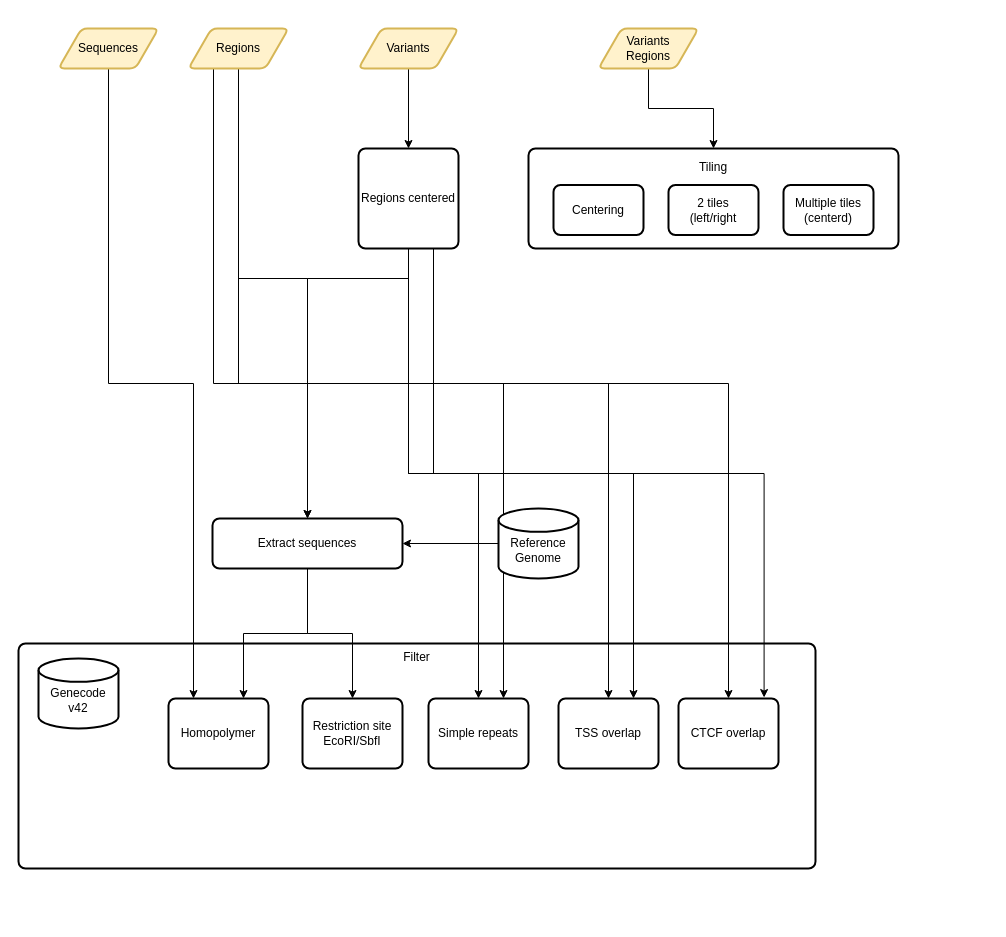
The draw.io diagram MPRAOligoDesign.drawio in kircherlab/MPRAOligoDesign, before the edit. Source tidied: cells renumbered, new cells numbered last; positions are measured from the earlier drawing's top-left corner, leaving out a move shared by most shapes. Both pictures are drawn from the tidied source at 100%, with x=0, y=0 at pixel (18, 28).
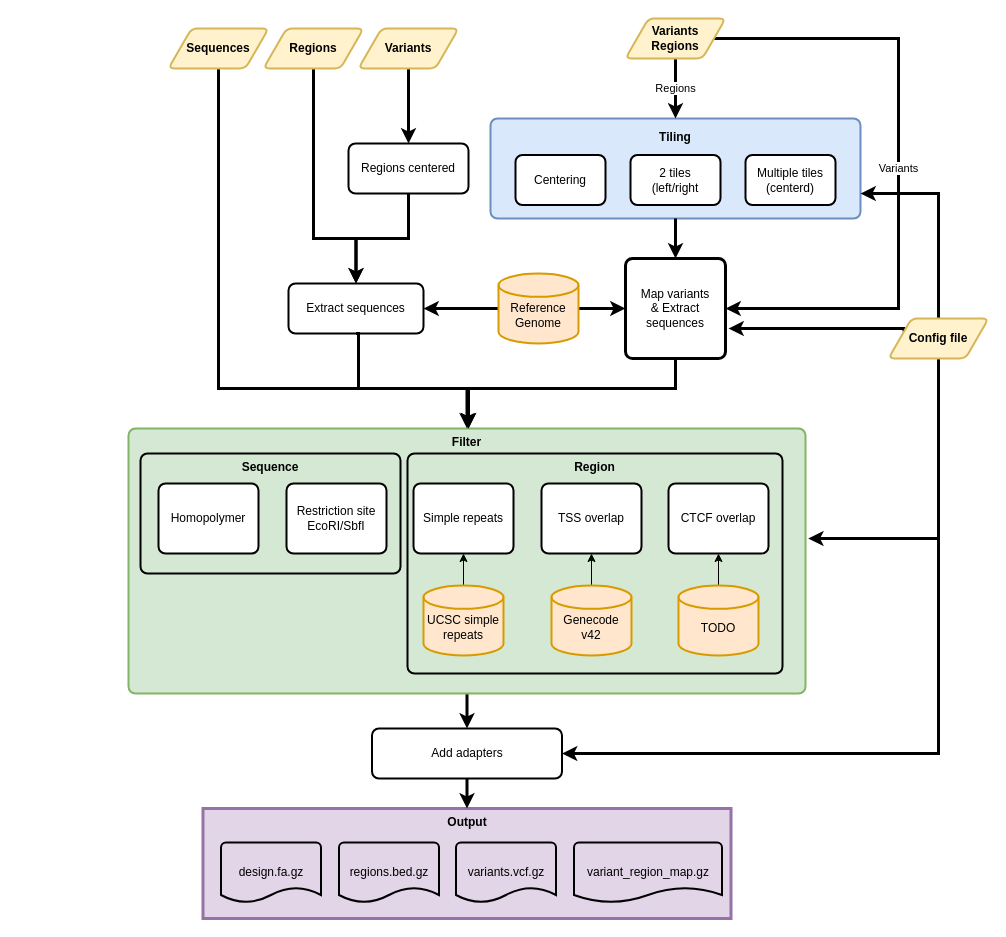
The same diagram, later.

What changed in the source:
```diff
@@
+    <mxCell id="22" value="&lt;p style=&quot;line-height: 0%;&quot;&gt;Tiling&lt;/p&gt;" style="rounded=1;whiteSpace=wrap;html=1;absoluteArcSize=1;arcSize=14;strokeWidth=2;glass=0;fillColor=#dae8fc;horizontal=1;verticalAlign=top;strokeColor=#6c8ebf;fontStyle=1;" parent="1" vertex="1">
+      <mxGeometry x="472" y="90" width="370" height="100" as="geometry" />
+    </mxCell>
+    <mxCell id="36" style="edgeStyle=orthogonalEdgeStyle;rounded=0;jumpSize=6;jettySize=auto;html=1;shadow=0;strokeWidth=3;" parent="1" edge="1" source="2" target="63">
+      <mxGeometry relative="1" as="geometry" />
+    </mxCell>
-    <mxCell id="2" value="Filter" style="rounded=1;whiteSpace=wrap;html=1;absoluteArcSize=1;arcSize=14;strokeWidth=2;glass=0;fillColor=none;verticalAlign=top;" parent="1" vertex="1">
-      <mxGeometry y="615" width="797" height="225" as="geometry" />
+    <mxCell id="2" value="Filter" style="rounded=1;whiteSpace=wrap;html=1;absoluteArcSize=1;arcSize=14;strokeWidth=2;glass=0;fillColor=#d5e8d4;verticalAlign=top;strokeColor=#82b366;fontStyle=1;" parent="1" vertex="1">
+      <mxGeometry x="110" y="400" width="677" height="265" as="geometry" />
     </mxCell>
-    <mxCell id="3" style="edgeStyle=orthogonalEdgeStyle;rounded=0;jettySize=auto;html=1;exitX=0.5;exitY=1;exitDx=0;exitDy=0;entryX=0.25;entryY=0;entryDx=0;entryDy=0;" parent="1" edge="1" source="4" target="32">
-      <mxGeometry relative="1" as="geometry" />
-    </mxCell>
+    <mxCell id="37" value="Sequence" style="rounded=1;whiteSpace=wrap;html=1;absoluteArcSize=1;arcSize=14;strokeWidth=2;fillColor=none;verticalAlign=top;fontStyle=1;" parent="1" vertex="1">
+      <mxGeometry x="122" y="425" width="260" height="120" as="geometry" />
+    </mxCell>
+    <mxCell id="38" value="Region" style="rounded=1;whiteSpace=wrap;html=1;absoluteArcSize=1;arcSize=14;strokeWidth=2;fillColor=none;verticalAlign=top;fontStyle=1;" parent="1" vertex="1">
+      <mxGeometry x="389" y="425" width="375" height="220" as="geometry" />
+    </mxCell>
+    <mxCell id="39" style="edgeStyle=orthogonalEdgeStyle;rounded=0;jumpSize=6;jettySize=auto;html=1;exitX=0.5;exitY=1;exitDx=0;exitDy=0;entryX=0.5;entryY=0;entryDx=0;entryDy=0;shadow=0;strokeWidth=3;" parent="1" edge="1" source="4" target="2">
+      <mxGeometry relative="1" as="geometry">
+        <Array as="points">
+          <mxPoint x="200" y="360" />
+          <mxPoint x="449" y="360" />
+        </Array>
+      </mxGeometry>
+    </mxCell>
-    <mxCell id="4" value="Sequences" style="shape=parallelogram;html=1;strokeWidth=2;perimeter=parallelogramPerimeter;whiteSpace=wrap;rounded=1;arcSize=12;size=0.23;fillColor=#fff2cc;strokeColor=#d6b656;" parent="1" vertex="1">
-      <mxGeometry x="40" width="100" height="40" as="geometry" />
+    <mxCell id="4" value="Sequences" style="shape=parallelogram;html=1;strokeWidth=2;perimeter=parallelogramPerimeter;whiteSpace=wrap;rounded=1;arcSize=12;size=0.23;fillColor=#fff2cc;strokeColor=#d6b656;fontStyle=1;" parent="1" vertex="1">
+      <mxGeometry x="150" width="100" height="40" as="geometry" />
     </mxCell>
-    <mxCell id="5" style="edgeStyle=orthogonalEdgeStyle;rounded=0;jettySize=auto;html=1;exitX=0.5;exitY=1;exitDx=0;exitDy=0;entryX=0.5;entryY=0;entryDx=0;entryDy=0;" parent="1" edge="1" source="9" target="30">
+    <mxCell id="5" style="edgeStyle=orthogonalEdgeStyle;rounded=0;jumpSize=6;jettySize=auto;html=1;exitX=0.5;exitY=1;exitDx=0;exitDy=0;entryX=0.5;entryY=0;entryDx=0;entryDy=0;shadow=0;strokeWidth=3;" parent="1" edge="1" source="9" target="30">
       <mxGeometry relative="1" as="geometry">
         <Array as="points">
-          <mxPoint x="220" y="250" />
-          <mxPoint x="289" y="250" />
+          <mxPoint x="295" y="210" />
+          <mxPoint x="338" y="210" />
         </Array>
       </mxGeometry>
     </mxCell>
-    <mxCell id="6" style="edgeStyle=orthogonalEdgeStyle;rounded=0;jettySize=auto;html=1;exitX=0.5;exitY=1;exitDx=0;exitDy=0;entryX=0.75;entryY=0;entryDx=0;entryDy=0;" parent="1" edge="1" source="9" target="34">
-      <mxGeometry relative="1" as="geometry" />
-    </mxCell>
-    <mxCell id="7" style="edgeStyle=orthogonalEdgeStyle;rounded=0;jettySize=auto;html=1;exitX=0.5;exitY=1;exitDx=0;exitDy=0;entryX=0.5;entryY=0;entryDx=0;entryDy=0;" parent="1" edge="1" source="9" target="35">
-      <mxGeometry relative="1" as="geometry" />
-    </mxCell>
-    <mxCell id="8" style="edgeStyle=orthogonalEdgeStyle;rounded=0;jettySize=auto;html=1;exitX=0.25;exitY=1;exitDx=0;exitDy=0;entryX=0.5;entryY=0;entryDx=0;entryDy=0;" parent="1" edge="1" source="9" target="31">
-      <mxGeometry relative="1" as="geometry" />
-    </mxCell>
-    <mxCell id="9" value="Regions" style="shape=parallelogram;html=1;strokeWidth=2;perimeter=parallelogramPerimeter;whiteSpace=wrap;rounded=1;arcSize=12;size=0.23;fillColor=#fff2cc;strokeColor=#d6b656;" parent="1" vertex="1">
-      <mxGeometry x="170" width="100" height="40" as="geometry" />
+    <mxCell id="9" value="Regions" style="shape=parallelogram;html=1;strokeWidth=2;perimeter=parallelogramPerimeter;whiteSpace=wrap;rounded=1;arcSize=12;size=0.23;fillColor=#fff2cc;strokeColor=#d6b656;fontStyle=1;" parent="1" vertex="1">
+      <mxGeometry x="245" width="100" height="40" as="geometry" />
     </mxCell>
-    <mxCell id="10" style="edgeStyle=orthogonalEdgeStyle;rounded=0;jettySize=auto;html=1;entryX=0.5;entryY=0;entryDx=0;entryDy=0;" parent="1" edge="1" source="11" target="27">
+    <mxCell id="10" style="edgeStyle=orthogonalEdgeStyle;rounded=0;jettySize=auto;html=1;entryX=0.5;entryY=0;entryDx=0;entryDy=0;strokeWidth=3;" parent="1" edge="1" source="11" target="27">
       <mxGeometry relative="1" as="geometry" />
     </mxCell>
-    <mxCell id="11" value="Variants" style="shape=parallelogram;html=1;strokeWidth=2;perimeter=parallelogramPerimeter;whiteSpace=wrap;rounded=1;arcSize=12;size=0.23;fillColor=#fff2cc;strokeColor=#d6b656;" parent="1" vertex="1">
+    <mxCell id="11" value="Variants" style="shape=parallelogram;html=1;strokeWidth=2;perimeter=parallelogramPerimeter;whiteSpace=wrap;rounded=1;arcSize=12;size=0.23;fillColor=#fff2cc;strokeColor=#d6b656;fontStyle=1;" parent="1" vertex="1">
       <mxGeometry x="340" width="100" height="40" as="geometry" />
     </mxCell>
-    <mxCell id="12" style="edgeStyle=orthogonalEdgeStyle;rounded=0;jettySize=auto;html=1;exitX=0.5;exitY=1;exitDx=0;exitDy=0;entryX=0.5;entryY=0;entryDx=0;entryDy=0;" parent="1" edge="1" source="13" target="22">
+    <mxCell id="12" value="Regions" style="edgeStyle=orthogonalEdgeStyle;rounded=0;jettySize=auto;html=1;exitX=0.5;exitY=1;exitDx=0;exitDy=0;entryX=0.5;entryY=0;entryDx=0;entryDy=0;strokeWidth=3;" parent="1" edge="1" source="13" target="22">
       <mxGeometry relative="1" as="geometry" />
     </mxCell>
+    <mxCell id="40" value="Variants" style="edgeStyle=orthogonalEdgeStyle;rounded=0;jettySize=auto;html=1;exitX=1;exitY=0.5;exitDx=0;exitDy=0;entryX=1;entryY=0.5;entryDx=0;entryDy=0;shadow=0;jumpSize=6;strokeWidth=3;" parent="1" edge="1" source="13" target="49">
+      <mxGeometry relative="1" as="geometry">
+        <Array as="points">
+          <mxPoint x="880" y="10" />
+          <mxPoint x="880" y="280" />
+        </Array>
+      </mxGeometry>
+    </mxCell>
-    <mxCell id="13" value="Variants&lt;br&gt;Regions" style="shape=parallelogram;html=1;strokeWidth=2;perimeter=parallelogramPerimeter;whiteSpace=wrap;rounded=1;arcSize=12;size=0.23;fillColor=#fff2cc;strokeColor=#d6b656;" parent="1" vertex="1">
-      <mxGeometry x="580" width="100" height="40" as="geometry" />
+    <mxCell id="13" value="Variants&lt;br&gt;Regions" style="shape=parallelogram;html=1;strokeWidth=2;perimeter=parallelogramPerimeter;whiteSpace=wrap;rounded=1;arcSize=12;size=0.23;fillColor=#fff2cc;strokeColor=#d6b656;fontStyle=1;" parent="1" vertex="1">
+      <mxGeometry x="607" y="-10" width="100" height="40" as="geometry" />
     </mxCell>
+    <mxCell id="41" style="edgeStyle=orthogonalEdgeStyle;rounded=0;jumpSize=6;jettySize=auto;html=1;shadow=0;strokeWidth=3;" parent="1" edge="1" source="15" target="49">
+      <mxGeometry relative="1" as="geometry" />
+    </mxCell>
-    <mxCell id="14" style="edgeStyle=orthogonalEdgeStyle;rounded=0;jettySize=auto;html=1;exitX=0;exitY=0.5;exitDx=0;exitDy=0;exitPerimeter=0;" parent="1" edge="1" source="15" target="30">
+    <mxCell id="14" style="edgeStyle=orthogonalEdgeStyle;rounded=0;jumpSize=6;jettySize=auto;html=1;shadow=0;strokeWidth=3;" parent="1" edge="1" source="15" target="30">
       <mxGeometry relative="1" as="geometry" />
     </mxCell>
-    <mxCell id="15" value="&lt;div&gt;&lt;br&gt;&lt;/div&gt;&lt;div&gt;Reference Genome&lt;/div&gt;" style="strokeWidth=2;html=1;shape=mxgraph.flowchart.database;whiteSpace=wrap;" parent="1" vertex="1">
-      <mxGeometry x="480" y="480" width="80" height="70" as="geometry" />
+    <mxCell id="15" value="&lt;div&gt;&lt;br&gt;&lt;/div&gt;&lt;div&gt;Reference Genome&lt;/div&gt;" style="strokeWidth=2;html=1;shape=mxgraph.flowchart.database;whiteSpace=wrap;fillColor=#ffe6cc;strokeColor=#d79b00;" parent="1" vertex="1">
+      <mxGeometry x="480" y="245" width="80" height="70" as="geometry" />
     </mxCell>
+    <mxCell id="42" style="edgeStyle=orthogonalEdgeStyle;rounded=0;jettySize=auto;html=1;" parent="1" edge="1" source="16" target="35">
+      <mxGeometry relative="1" as="geometry" />
+    </mxCell>
-    <mxCell id="16" value="&lt;br&gt;&lt;div&gt;Genecode&lt;/div&gt;v42" style="strokeWidth=2;html=1;shape=mxgraph.flowchart.database;whiteSpace=wrap;" parent="1" vertex="1">
-      <mxGeometry x="20" y="630" width="80" height="70" as="geometry" />
+    <mxCell id="16" value="&lt;br&gt;&lt;div&gt;Genecode&lt;/div&gt;v42" style="strokeWidth=2;html=1;shape=mxgraph.flowchart.database;whiteSpace=wrap;fillColor=#ffe6cc;strokeColor=#d79b00;" parent="1" vertex="1">
+      <mxGeometry x="533" y="557" width="80" height="70" as="geometry" />
     </mxCell>
-    <mxCell id="17" style="group;" parent="1" vertex="1">
-      <mxGeometry x="510" y="120" width="375" height="111.5" as="geometry" />
-    </mxCell>
-    <mxCell id="18" style="group;fillColor=none;rounded=0;glass=0;" parent="17" vertex="1">
-      <mxGeometry x="25" y="36.5" width="350" height="75" as="geometry" />
-    </mxCell>
-    <mxCell id="19" value="&lt;div align=&quot;center&quot;&gt;Centering&lt;/div&gt;" style="rounded=1;whiteSpace=wrap;html=1;absoluteArcSize=1;arcSize=14;strokeWidth=2;align=center;" parent="18" vertex="1">
-      <mxGeometry width="90" height="50" as="geometry" />
-    </mxCell>
-    <mxCell id="20" value="&lt;div&gt;2 tiles&lt;/div&gt;&lt;div&gt;(left/right&lt;br&gt;&lt;/div&gt;" style="rounded=1;whiteSpace=wrap;html=1;absoluteArcSize=1;arcSize=14;strokeWidth=2;align=center;" parent="18" vertex="1">
-      <mxGeometry x="115" width="90" height="50" as="geometry" />
-    </mxCell>
-    <mxCell id="21" value="Multiple tiles&lt;br&gt;(centerd)" style="rounded=1;whiteSpace=wrap;html=1;absoluteArcSize=1;arcSize=14;strokeWidth=2;align=center;" parent="18" vertex="1">
-      <mxGeometry x="230" width="90" height="50" as="geometry" />
-    </mxCell>
-    <mxCell id="22" value="&lt;p style=&quot;line-height: 0%;&quot;&gt;Tiling&lt;/p&gt;" style="rounded=1;whiteSpace=wrap;html=1;absoluteArcSize=1;arcSize=14;strokeWidth=2;glass=0;fillColor=none;horizontal=1;verticalAlign=top;" parent="17" vertex="1">
-      <mxGeometry width="370" height="100" as="geometry" />
-    </mxCell>
-    <mxCell id="23" style="edgeStyle=orthogonalEdgeStyle;rounded=0;jettySize=auto;html=1;exitX=0.5;exitY=1;exitDx=0;exitDy=0;entryX=0.5;entryY=0;entryDx=0;entryDy=0;" parent="1" edge="1" source="27" target="30">
+    <mxCell id="23" style="edgeStyle=orthogonalEdgeStyle;rounded=0;jumpSize=6;jettySize=auto;html=1;shadow=0;strokeWidth=3;entryX=0.5;entryY=0;entryDx=0;entryDy=0;exitX=0.5;exitY=1;exitDx=0;exitDy=0;" parent="1" edge="1" source="27" target="30">
       <mxGeometry relative="1" as="geometry">
         <Array as="points">
-          <mxPoint x="390" y="250" />
-          <mxPoint x="289" y="250" />
+          <mxPoint x="390" y="210" />
+          <mxPoint x="338" y="210" />
         </Array>
       </mxGeometry>
     </mxCell>
-    <mxCell id="24" style="edgeStyle=orthogonalEdgeStyle;rounded=0;jettySize=auto;html=1;exitX=0.5;exitY=1;exitDx=0;exitDy=0;entryX=0.5;entryY=0;entryDx=0;entryDy=0;" parent="1" edge="1" source="27" target="34">
-      <mxGeometry relative="1" as="geometry" />
-    </mxCell>
-    <mxCell id="25" style="edgeStyle=orthogonalEdgeStyle;rounded=0;jettySize=auto;html=1;exitX=0.5;exitY=1;exitDx=0;exitDy=0;entryX=0.75;entryY=0;entryDx=0;entryDy=0;" parent="1" edge="1" source="27" target="35">
-      <mxGeometry relative="1" as="geometry" />
-    </mxCell>
-    <mxCell id="26" style="edgeStyle=orthogonalEdgeStyle;rounded=0;jettySize=auto;html=1;exitX=0.75;exitY=1;exitDx=0;exitDy=0;entryX=0.856;entryY=-0.014;entryDx=0;entryDy=0;entryPerimeter=0;" parent="1" edge="1" source="27" target="31">
-      <mxGeometry relative="1" as="geometry" />
-    </mxCell>
     <mxCell id="27" value="Regions centered" style="rounded=1;whiteSpace=wrap;html=1;absoluteArcSize=1;arcSize=14;strokeWidth=2;glass=0;fillColor=none;" parent="1" vertex="1">
-      <mxGeometry x="340" y="120" width="100" height="100" as="geometry" />
+      <mxGeometry x="330" y="115" width="120" height="50" as="geometry" />
     </mxCell>
-    <mxCell id="28" style="edgeStyle=orthogonalEdgeStyle;rounded=0;jettySize=auto;html=1;exitX=0.5;exitY=1;exitDx=0;exitDy=0;entryX=0.75;entryY=0;entryDx=0;entryDy=0;" parent="1" edge="1" source="30" target="32">
-      <mxGeometry relative="1" as="geometry" />
-    </mxCell>
-    <mxCell id="29" style="edgeStyle=orthogonalEdgeStyle;rounded=0;jettySize=auto;html=1;exitX=0.5;exitY=1;exitDx=0;exitDy=0;entryX=0.5;entryY=0;entryDx=0;entryDy=0;" parent="1" edge="1" source="30" target="33">
-      <mxGeometry relative="1" as="geometry" />
-    </mxCell>
+    <mxCell id="43" style="edgeStyle=orthogonalEdgeStyle;rounded=0;jumpSize=6;jettySize=auto;html=1;exitX=0.5;exitY=1;exitDx=0;exitDy=0;shadow=0;strokeWidth=3;" parent="1" edge="1" source="30">
+      <mxGeometry relative="1" as="geometry">
+        <mxPoint x="450" y="400" as="targetPoint" />
+        <Array as="points">
+          <mxPoint x="340" y="360" />
+          <mxPoint x="450" y="360" />
+        </Array>
+      </mxGeometry>
+    </mxCell>
     <mxCell id="30" value="Extract sequences" style="rounded=1;whiteSpace=wrap;html=1;absoluteArcSize=1;arcSize=14;strokeWidth=2;glass=0;fillColor=none;" parent="1" vertex="1">
-      <mxGeometry x="194" y="490" width="190" height="50" as="geometry" />
+      <mxGeometry x="270" y="255" width="135" height="50" as="geometry" />
     </mxCell>
-    <mxCell id="31" value="CTCF overlap" style="rounded=1;whiteSpace=wrap;html=1;absoluteArcSize=1;arcSize=14;strokeWidth=2;glass=0;fillColor=none;" parent="1" vertex="1">
-      <mxGeometry x="660" y="670" width="100" height="70" as="geometry" />
+    <mxCell id="31" value="CTCF overlap" style="rounded=1;whiteSpace=wrap;html=1;absoluteArcSize=1;arcSize=14;strokeWidth=2;glass=0;" parent="1" vertex="1">
+      <mxGeometry x="650" y="455" width="100" height="70" as="geometry" />
     </mxCell>
-    <mxCell id="32" value="Homopolymer" style="rounded=1;whiteSpace=wrap;html=1;absoluteArcSize=1;arcSize=14;strokeWidth=2;glass=0;fillColor=none;" parent="1" vertex="1">
-      <mxGeometry x="150" y="670" width="100" height="70" as="geometry" />
+    <mxCell id="32" value="Homopolymer" style="rounded=1;whiteSpace=wrap;html=1;absoluteArcSize=1;arcSize=14;strokeWidth=2;glass=0;" parent="1" vertex="1">
+      <mxGeometry x="140" y="455" width="100" height="70" as="geometry" />
     </mxCell>
-    <mxCell id="33" value="Restriction site&lt;br&gt;EcoRI/SbfI " style="rounded=1;whiteSpace=wrap;html=1;absoluteArcSize=1;arcSize=14;strokeWidth=2;glass=0;fillColor=none;" parent="1" vertex="1">
-      <mxGeometry x="284" y="670" width="100" height="70" as="geometry" />
+    <mxCell id="33" value="Restriction site&lt;br&gt;EcoRI/SbfI " style="rounded=1;whiteSpace=wrap;html=1;absoluteArcSize=1;arcSize=14;strokeWidth=2;glass=0;" parent="1" vertex="1">
+      <mxGeometry x="268" y="455" width="100" height="70" as="geometry" />
     </mxCell>
-    <mxCell id="34" value="Simple repeats" style="rounded=1;whiteSpace=wrap;html=1;absoluteArcSize=1;arcSize=14;strokeWidth=2;glass=0;fillColor=none;" parent="1" vertex="1">
-      <mxGeometry x="410" y="670" width="100" height="70" as="geometry" />
+    <mxCell id="34" value="Simple repeats" style="rounded=1;whiteSpace=wrap;html=1;absoluteArcSize=1;arcSize=14;strokeWidth=2;glass=0;" parent="1" vertex="1">
+      <mxGeometry x="395" y="455" width="100" height="70" as="geometry" />
     </mxCell>
-    <mxCell id="35" value="TSS overlap" style="rounded=1;whiteSpace=wrap;html=1;absoluteArcSize=1;arcSize=14;strokeWidth=2;glass=0;fillColor=none;" parent="1" vertex="1">
-      <mxGeometry x="540" y="670" width="100" height="70" as="geometry" />
+    <mxCell id="35" value="TSS overlap" style="rounded=1;whiteSpace=wrap;html=1;absoluteArcSize=1;arcSize=14;strokeWidth=2;glass=0;" parent="1" vertex="1">
+      <mxGeometry x="523" y="455" width="100" height="70" as="geometry" />
     </mxCell>
+    <mxCell id="44" style="edgeStyle=orthogonalEdgeStyle;rounded=0;jettySize=auto;html=1;" parent="1" edge="1" source="45" target="31">
+      <mxGeometry relative="1" as="geometry" />
+    </mxCell>
+    <mxCell id="45" value="&lt;div&gt;&lt;br&gt;&lt;/div&gt;&lt;div&gt;TODO&lt;/div&gt;" style="strokeWidth=2;html=1;shape=mxgraph.flowchart.database;whiteSpace=wrap;fillColor=#ffe6cc;strokeColor=#d79b00;" parent="1" vertex="1">
+      <mxGeometry x="660" y="557" width="80" height="70" as="geometry" />
+    </mxCell>
+    <mxCell id="46" style="edgeStyle=orthogonalEdgeStyle;rounded=0;jettySize=auto;html=1;entryX=0.5;entryY=1;entryDx=0;entryDy=0;" parent="1" edge="1" source="47" target="34">
+      <mxGeometry relative="1" as="geometry" />
+    </mxCell>
+    <mxCell id="47" value="&lt;div&gt;&lt;br&gt;&lt;/div&gt;&lt;div&gt;UCSC simple repeats&lt;/div&gt;" style="strokeWidth=2;html=1;shape=mxgraph.flowchart.database;whiteSpace=wrap;fillColor=#ffe6cc;strokeColor=#d79b00;" parent="1" vertex="1">
+      <mxGeometry x="405" y="557" width="80" height="70" as="geometry" />
+    </mxCell>
+    <mxCell id="48" style="edgeStyle=orthogonalEdgeStyle;rounded=0;jumpSize=6;jettySize=auto;html=1;exitX=0.5;exitY=1;exitDx=0;exitDy=0;shadow=0;strokeWidth=3;" parent="1" edge="1" source="49">
+      <mxGeometry relative="1" as="geometry">
+        <mxPoint x="450" y="400" as="targetPoint" />
+        <Array as="points">
+          <mxPoint x="657" y="360" />
+          <mxPoint x="450" y="360" />
+        </Array>
+      </mxGeometry>
+    </mxCell>
+    <mxCell id="49" value="Map variants&lt;br&gt;&amp;amp; Extract sequences" style="rounded=1;whiteSpace=wrap;html=1;absoluteArcSize=1;arcSize=14;strokeWidth=3;fillColor=none;" parent="1" vertex="1">
+      <mxGeometry x="607" y="230" width="100" height="100" as="geometry" />
+    </mxCell>
+    <mxCell id="50" style="edgeStyle=orthogonalEdgeStyle;rounded=0;jumpSize=6;jettySize=auto;html=1;shadow=0;strokeWidth=3;" parent="1" edge="1" source="22" target="49">
+      <mxGeometry relative="1" as="geometry" />
+    </mxCell>
+    <mxCell id="18" style="group;fillColor=none;rounded=0;glass=0;" parent="1" vertex="1">
+      <mxGeometry x="497" y="126.5" width="350" height="75" as="geometry" />
+    </mxCell>
+    <mxCell id="19" value="&lt;div align=&quot;center&quot;&gt;Centering&lt;/div&gt;" style="rounded=1;whiteSpace=wrap;html=1;absoluteArcSize=1;arcSize=14;strokeWidth=2;align=center;" parent="18" vertex="1">
+      <mxGeometry width="90" height="50" as="geometry" />
+    </mxCell>
+    <mxCell id="20" value="&lt;div&gt;2 tiles&lt;/div&gt;&lt;div&gt;(left/right&lt;br&gt;&lt;/div&gt;" style="rounded=1;whiteSpace=wrap;html=1;absoluteArcSize=1;arcSize=14;strokeWidth=2;align=center;" parent="18" vertex="1">
+      <mxGeometry x="115" width="90" height="50" as="geometry" />
+    </mxCell>
+    <mxCell id="21" value="Multiple tiles&lt;br&gt;(centerd)" style="rounded=1;whiteSpace=wrap;html=1;absoluteArcSize=1;arcSize=14;strokeWidth=2;align=center;" parent="18" vertex="1">
+      <mxGeometry x="230" width="90" height="50" as="geometry" />
+    </mxCell>
+    <mxCell id="51" style="group;" parent="1" vertex="1">
+      <mxGeometry x="184.5" y="780" width="528" height="110" as="geometry" />
+    </mxCell>
+    <mxCell id="52" value="Output" style="rounded=0;whiteSpace=wrap;html=1;strokeColor=#9673a6;strokeWidth=3;fillColor=#e1d5e7;verticalAlign=top;fontStyle=1;" parent="51" vertex="1">
+      <mxGeometry width="528" height="110" as="geometry" />
+    </mxCell>
+    <mxCell id="53" value="design.fa.gz" style="strokeWidth=2;html=1;shape=mxgraph.flowchart.document2;whiteSpace=wrap;size=0.25;strokeColor=#000000;fillColor=none;" parent="51" vertex="1">
+      <mxGeometry x="18" y="34" width="100" height="60" as="geometry" />
+    </mxCell>
+    <mxCell id="54" value="regions.bed.gz" style="strokeWidth=2;html=1;shape=mxgraph.flowchart.document2;whiteSpace=wrap;size=0.25;strokeColor=#000000;fillColor=none;" parent="51" vertex="1">
+      <mxGeometry x="136" y="34" width="100" height="60" as="geometry" />
+    </mxCell>
+    <mxCell id="55" value="variants.vcf.gz" style="strokeWidth=2;html=1;shape=mxgraph.flowchart.document2;whiteSpace=wrap;size=0.25;strokeColor=#000000;fillColor=none;" parent="51" vertex="1">
+      <mxGeometry x="253" y="34" width="100" height="60" as="geometry" />
+    </mxCell>
+    <mxCell id="56" value="variant_region_map.gz" style="strokeWidth=2;html=1;shape=mxgraph.flowchart.document2;whiteSpace=wrap;size=0.25;strokeColor=#000000;fillColor=none;" parent="51" vertex="1">
+      <mxGeometry x="371" y="34" width="148" height="60" as="geometry" />
+    </mxCell>
+    <mxCell id="57" style="edgeStyle=orthogonalEdgeStyle;rounded=0;jumpSize=6;jettySize=auto;html=1;exitX=0;exitY=0.25;exitDx=0;exitDy=0;shadow=0;strokeWidth=3;" parent="1" edge="1" source="61">
+      <mxGeometry relative="1" as="geometry">
+        <mxPoint x="710" y="300" as="targetPoint" />
+        <Array as="points">
+          <mxPoint x="886" y="300" />
+        </Array>
+      </mxGeometry>
+    </mxCell>
+    <mxCell id="58" style="edgeStyle=orthogonalEdgeStyle;rounded=0;jumpSize=6;jettySize=auto;html=1;exitX=0.5;exitY=1;exitDx=0;exitDy=0;entryX=1.004;entryY=0.415;entryDx=0;entryDy=0;entryPerimeter=0;shadow=0;strokeWidth=3;" parent="1" edge="1" source="61" target="2">
+      <mxGeometry relative="1" as="geometry">
+        <Array as="points">
+          <mxPoint x="920" y="510" />
+        </Array>
+      </mxGeometry>
+    </mxCell>
+    <mxCell id="59" style="edgeStyle=orthogonalEdgeStyle;rounded=0;jumpSize=6;jettySize=auto;html=1;exitX=0.5;exitY=0;exitDx=0;exitDy=0;entryX=1;entryY=0.75;entryDx=0;entryDy=0;shadow=0;strokeWidth=3;" parent="1" edge="1" source="61" target="22">
+      <mxGeometry relative="1" as="geometry" />
+    </mxCell>
+    <mxCell id="60" style="edgeStyle=orthogonalEdgeStyle;rounded=0;jumpSize=6;jettySize=auto;html=1;exitX=0.5;exitY=1;exitDx=0;exitDy=0;entryX=1;entryY=0.5;entryDx=0;entryDy=0;shadow=0;strokeWidth=3;" parent="1" edge="1" source="61" target="63">
+      <mxGeometry relative="1" as="geometry" />
+    </mxCell>
+    <mxCell id="61" value="Config file" style="shape=parallelogram;html=1;strokeWidth=2;perimeter=parallelogramPerimeter;whiteSpace=wrap;rounded=1;arcSize=12;size=0.23;fillColor=#fff2cc;strokeColor=#d6b656;fontStyle=1;" parent="1" vertex="1">
+      <mxGeometry x="870" y="290" width="100" height="40" as="geometry" />
+    </mxCell>
+    <mxCell id="62" style="edgeStyle=orthogonalEdgeStyle;rounded=0;jumpSize=6;jettySize=auto;html=1;shadow=0;strokeWidth=3;" parent="1" edge="1" source="63" target="52">
+      <mxGeometry relative="1" as="geometry" />
+    </mxCell>
+    <mxCell id="63" value="Add adapters" style="rounded=1;whiteSpace=wrap;html=1;absoluteArcSize=1;arcSize=14;strokeWidth=2;glass=0;fillColor=none;" parent="1" vertex="1">
+      <mxGeometry x="353.5" y="700" width="190" height="50" as="geometry" />
+    </mxCell>
```
